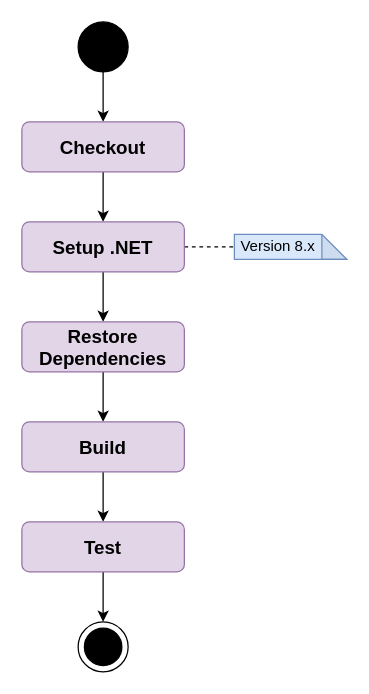
Before: docs/diagrams/Build_And_Test_Workflow.drawio in ITU-BDSA2024-GROUP6/Chirp, a draw.io diagram. Source tidied: cells renumbered, new cells numbered last; positions are measured from the earlier drawing's top-left corner, leaving out a move shared by most shapes. Both pictures are drawn from the tidied source at 125%, with x=0, y=0 at pixel (21, 21).
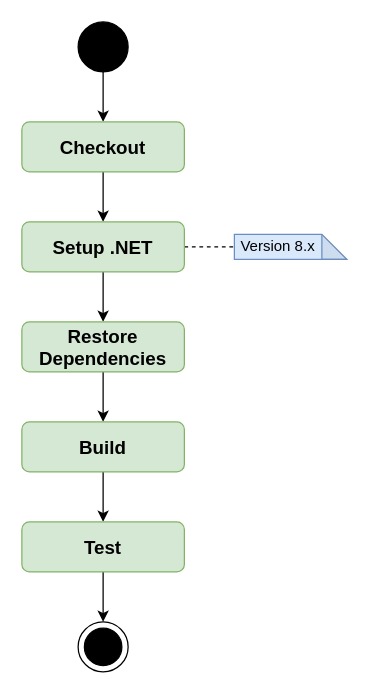
The same page after the edit.

The edit, as a diff of the source:
```diff
@@
 <mxGraphModel>
   <root>
     <mxCell id="0" />
     <mxCell id="1" parent="0" />
     <mxCell id="2" style="edgeStyle=orthogonalEdgeStyle;rounded=0;jettySize=auto;html=1;entryX=0.5;entryY=0;entryDx=0;entryDy=0;" parent="1" edge="1" source="3" target="5">
       <mxGeometry relative="1" as="geometry" />
     </mxCell>
     <mxCell id="3" style="ellipse;whiteSpace=wrap;html=1;fillColor=#000000;" parent="1" vertex="1">
       <mxGeometry x="45" width="40" height="40" as="geometry" />
     </mxCell>
     <mxCell id="4" style="edgeStyle=orthogonalEdgeStyle;rounded=0;jettySize=auto;html=1;entryX=0.5;entryY=0;entryDx=0;entryDy=0;" parent="1" edge="1" source="5" target="8">
       <mxGeometry relative="1" as="geometry" />
     </mxCell>
-    <mxCell id="5" value="&lt;b&gt;&lt;font style=&quot;font-size: 15px;&quot;&gt;Checkout&lt;/font&gt;&lt;/b&gt;" style="rounded=1;whiteSpace=wrap;html=1;fillColor=#e1d5e7;strokeColor=#9673a6;" parent="1" vertex="1">
+    <mxCell id="5" value="&lt;b&gt;&lt;font style=&quot;font-size: 15px;&quot;&gt;Checkout&lt;/font&gt;&lt;/b&gt;" style="rounded=1;whiteSpace=wrap;html=1;fillColor=#d5e8d4;strokeColor=#82b366;" parent="1" vertex="1">
       <mxGeometry y="80" width="130" height="40" as="geometry" />
     </mxCell>
     <mxCell id="6" style="edgeStyle=orthogonalEdgeStyle;rounded=0;jettySize=auto;html=1;entryX=0.5;entryY=0;entryDx=0;entryDy=0;" parent="1" edge="1" source="8" target="10">
       <mxGeometry relative="1" as="geometry" />
     </mxCell>
     <mxCell id="7" style="edgeStyle=orthogonalEdgeStyle;rounded=0;jettySize=auto;html=1;endArrow=none;endFill=0;dashed=1;" parent="1" edge="1" source="8" target="17">
       <mxGeometry relative="1" as="geometry" />
     </mxCell>
-    <mxCell id="8" value="&lt;b&gt;&lt;font style=&quot;font-size: 15px;&quot;&gt;Setup .NET&lt;/font&gt;&lt;/b&gt;" style="rounded=1;whiteSpace=wrap;html=1;fillColor=#e1d5e7;strokeColor=#9673a6;" parent="1" vertex="1">
+    <mxCell id="8" value="&lt;b&gt;&lt;font style=&quot;font-size: 15px;&quot;&gt;Setup .NET&lt;/font&gt;&lt;/b&gt;" style="rounded=1;whiteSpace=wrap;html=1;fillColor=#d5e8d4;strokeColor=#82b366;" parent="1" vertex="1">
       <mxGeometry y="160" width="130" height="40" as="geometry" />
     </mxCell>
     <mxCell id="9" style="edgeStyle=orthogonalEdgeStyle;rounded=0;jettySize=auto;html=1;entryX=0.5;entryY=0;entryDx=0;entryDy=0;" parent="1" edge="1" source="10" target="12">
       <mxGeometry relative="1" as="geometry" />
     </mxCell>
-    <mxCell id="10" value="&lt;b&gt;&lt;font style=&quot;font-size: 15px;&quot;&gt;Restore Dependencies&lt;/font&gt;&lt;/b&gt;" style="rounded=1;whiteSpace=wrap;html=1;fillColor=#e1d5e7;strokeColor=#9673a6;" parent="1" vertex="1">
+    <mxCell id="10" value="&lt;b&gt;&lt;font style=&quot;font-size: 15px;&quot;&gt;Restore Dependencies&lt;/font&gt;&lt;/b&gt;" style="rounded=1;whiteSpace=wrap;html=1;fillColor=#d5e8d4;strokeColor=#82b366;" parent="1" vertex="1">
       <mxGeometry y="240" width="130" height="40" as="geometry" />
     </mxCell>
     <mxCell id="11" style="edgeStyle=orthogonalEdgeStyle;rounded=0;jettySize=auto;html=1;" parent="1" edge="1" source="12" target="14">
       <mxGeometry relative="1" as="geometry" />
     </mxCell>
-    <mxCell id="12" value="&lt;b&gt;&lt;font style=&quot;font-size: 15px;&quot;&gt;Build&lt;/font&gt;&lt;/b&gt;" style="rounded=1;whiteSpace=wrap;html=1;fillColor=#e1d5e7;strokeColor=#9673a6;" parent="1" vertex="1">
+    <mxCell id="12" value="&lt;b&gt;&lt;font style=&quot;font-size: 15px;&quot;&gt;Build&lt;/font&gt;&lt;/b&gt;" style="rounded=1;whiteSpace=wrap;html=1;fillColor=#d5e8d4;strokeColor=#82b366;" parent="1" vertex="1">
       <mxGeometry y="320" width="130" height="40" as="geometry" />
     </mxCell>
     <mxCell id="13" style="edgeStyle=orthogonalEdgeStyle;rounded=0;jettySize=auto;html=1;" parent="1" edge="1" source="14" target="15">
       <mxGeometry relative="1" as="geometry" />
     </mxCell>
-    <mxCell id="14" value="&lt;b&gt;&lt;font style=&quot;font-size: 15px;&quot;&gt;Test&lt;/font&gt;&lt;/b&gt;" style="rounded=1;whiteSpace=wrap;html=1;fillColor=#e1d5e7;strokeColor=#9673a6;" parent="1" vertex="1">
+    <mxCell id="14" value="&lt;b&gt;&lt;font style=&quot;font-size: 15px;&quot;&gt;Test&lt;/font&gt;&lt;/b&gt;" style="rounded=1;whiteSpace=wrap;html=1;fillColor=#d5e8d4;strokeColor=#82b366;" parent="1" vertex="1">
       <mxGeometry y="400" width="130" height="40" as="geometry" />
     </mxCell>
     <mxCell id="15" style="ellipse;whiteSpace=wrap;html=1;" parent="1" vertex="1">
       <mxGeometry x="45" y="480" width="40" height="40" as="geometry" />
     </mxCell>
     <mxCell id="16" style="ellipse;whiteSpace=wrap;html=1;fillColor=#000000;" parent="1" vertex="1">
       <mxGeometry x="50" y="485" width="30" height="30" as="geometry" />
     </mxCell>
     <mxCell id="17" value="&amp;nbsp;Version 8.x" style="shape=note;whiteSpace=wrap;html=1;backgroundOutline=1;darkOpacity=0.05;fillColor=#dae8fc;strokeColor=#6c8ebf;align=left;" parent="1" vertex="1">
       <mxGeometry x="170" y="170" width="90" height="20" as="geometry" />
     </mxCell>
   </root>
 </mxGraphModel>
```
